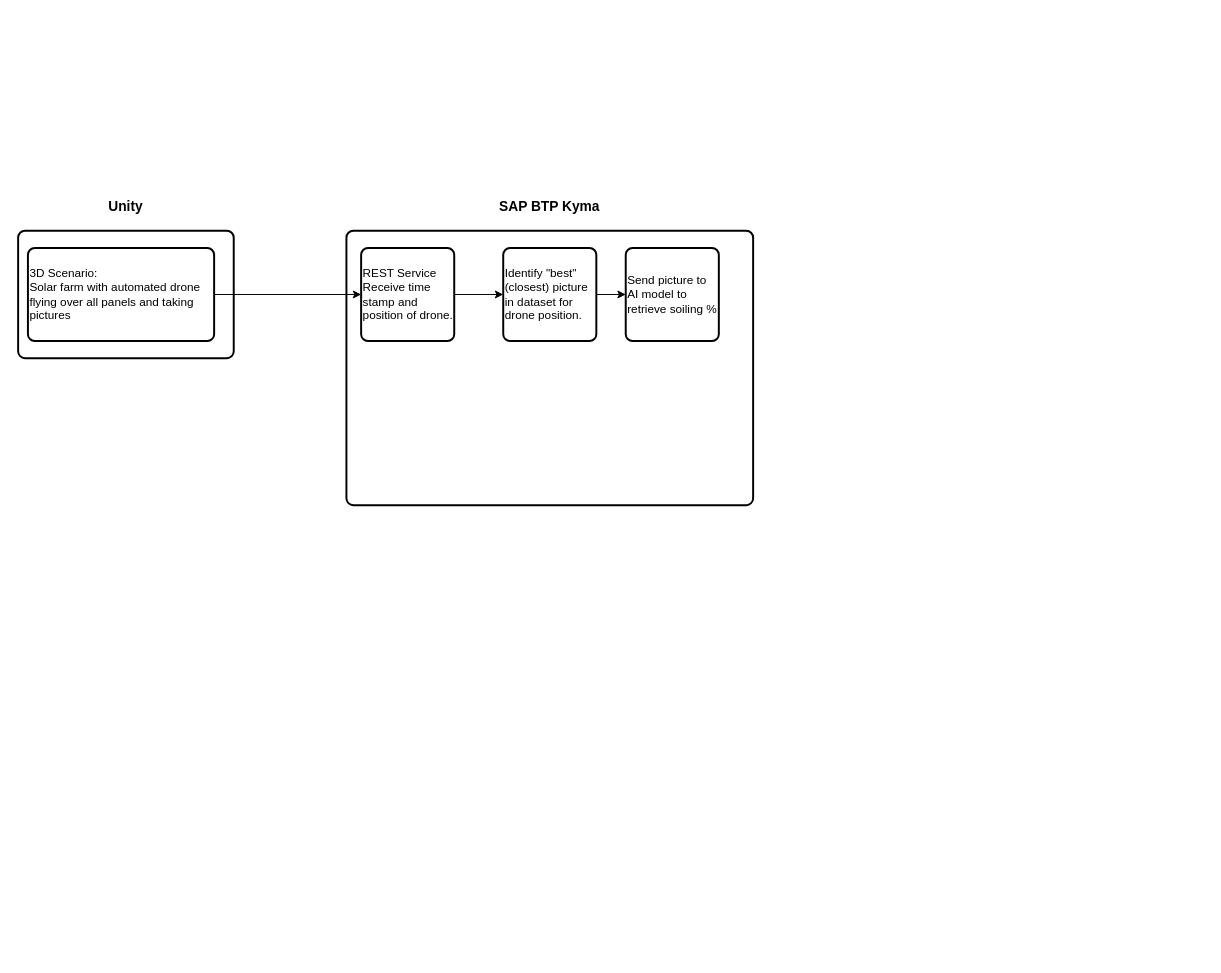
skye0402/solarfarminspection keeps this draw.io diagram as architecture/Untitled Diagram.drawio. Above is the earlier version. Source tidied: cells renumbered, new cells numbered last; positions are measured from the earlier drawing's top-left corner, leaving out a move shared by most shapes. Both pictures are drawn from the tidied source at 98%, with x=0, y=0 at pixel (18, 230).
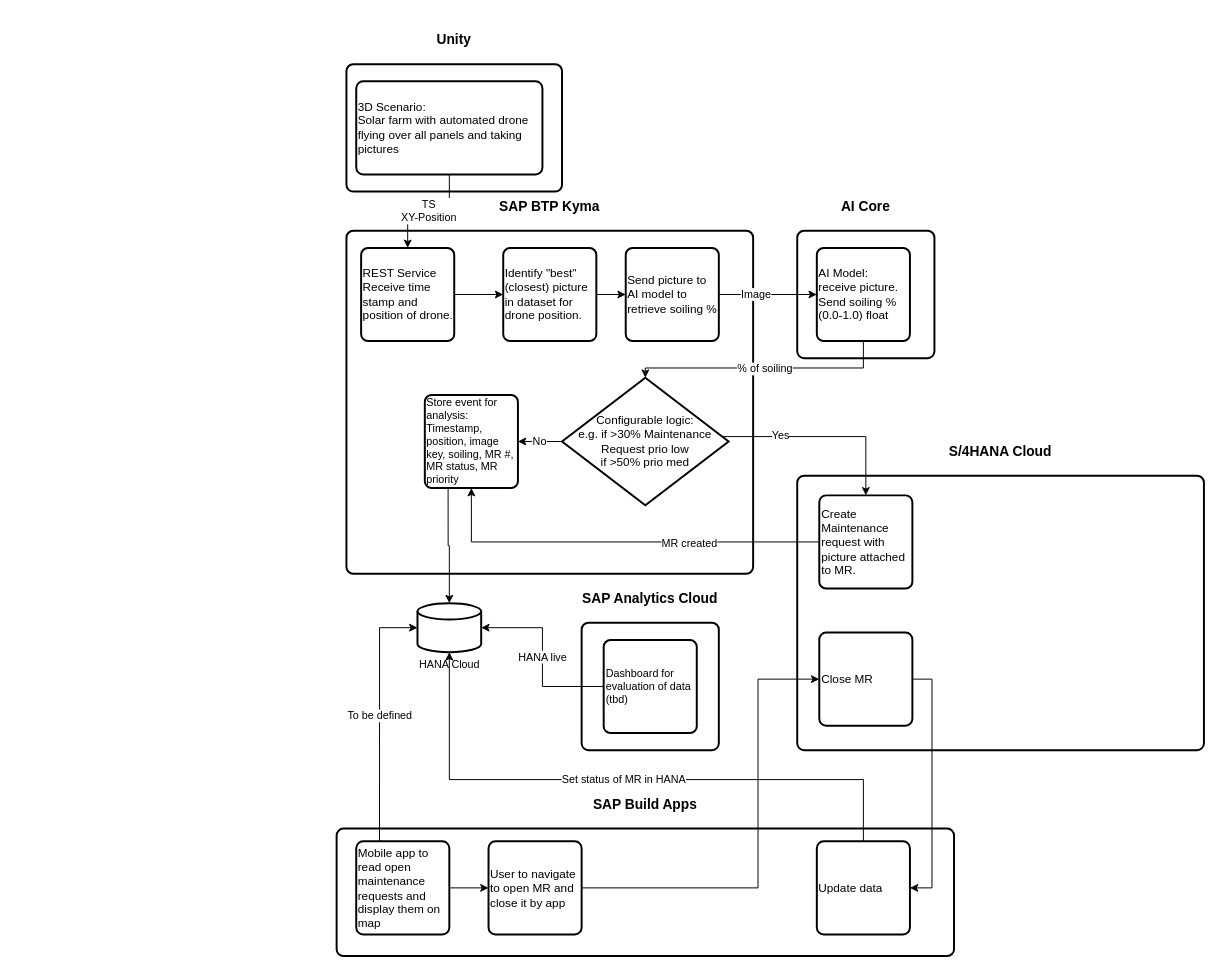
The same diagram, later.

Unchanged cells that the change refers to:
```xml
<mxCell id="6" value="REST Service&lt;br&gt;Receive time stamp and position of drone." style="rounded=1;whiteSpace=wrap;html=1;absoluteArcSize=1;arcSize=14;strokeWidth=2;align=left;" parent="1" vertex="1">
  <mxGeometry x="350" y="17.5" width="95" height="95" as="geometry" />
</mxCell>
<mxCell id="10" value="Send picture to AI model to retrieve soiling %" style="rounded=1;whiteSpace=wrap;html=1;absoluteArcSize=1;arcSize=14;strokeWidth=2;align=left;" parent="1" vertex="1">
  <mxGeometry x="620" y="17.5" width="95" height="95" as="geometry" />
</mxCell>
```

What changed in the source:
```diff
@@
     <mxCell id="2" value="&lt;h3&gt;Unity&lt;/h3&gt;" style="rounded=1;whiteSpace=wrap;html=1;absoluteArcSize=1;arcSize=14;strokeWidth=2;labelPosition=center;verticalLabelPosition=top;align=center;verticalAlign=bottom;" parent="1" vertex="1">
-      <mxGeometry width="220" height="130" as="geometry" />
+      <mxGeometry x="335" y="-170" width="220" height="130" as="geometry" />
     </mxCell>
     <mxCell id="3" value="3D Scenario:&lt;br&gt;&lt;div style=&quot;&quot;&gt;&lt;span style=&quot;background-color: initial;&quot;&gt;Solar farm with automated drone flying over all panels and taking pictures&lt;/span&gt;&lt;/div&gt;" style="rounded=1;whiteSpace=wrap;html=1;absoluteArcSize=1;arcSize=14;strokeWidth=2;align=left;" parent="1" vertex="1">
-      <mxGeometry x="10" y="17.5" width="190" height="95" as="geometry" />
+      <mxGeometry x="345" y="-152.5" width="190" height="95" as="geometry" />
     </mxCell>
     <mxCell id="4" value="&lt;h3&gt;SAP BTP Kyma&lt;/h3&gt;" style="rounded=1;whiteSpace=wrap;html=1;absoluteArcSize=1;arcSize=14;strokeWidth=2;labelPosition=center;verticalLabelPosition=top;align=center;verticalAlign=bottom;" parent="1" vertex="1">
-      <mxGeometry x="335" width="415" height="280" as="geometry" />
+      <mxGeometry x="335" width="415" height="350" as="geometry" />
     </mxCell>
@@
-    <mxCell id="7" style="edgeStyle=orthogonalEdgeStyle;rounded=0;jettySize=auto;html=1;entryX=0;entryY=0.5;entryDx=0;entryDy=0;" parent="1" edge="1" source="3" target="6">
+    <mxCell id="7" value="TS&lt;br&gt;XY-Position" style="edgeStyle=orthogonalEdgeStyle;rounded=0;jettySize=auto;html=1;entryX=0.5;entryY=0;entryDx=0;entryDy=0;" parent="1" edge="1" source="3" target="6">
       <mxGeometry relative="1" as="geometry" />
     </mxCell>
@@
+    <mxCell id="11" value="&lt;h3&gt;AI Core&lt;/h3&gt;" style="rounded=1;whiteSpace=wrap;html=1;absoluteArcSize=1;arcSize=14;strokeWidth=2;labelPosition=center;verticalLabelPosition=top;align=center;verticalAlign=bottom;" parent="1" vertex="1">
+      <mxGeometry x="795" width="140" height="130" as="geometry" />
+    </mxCell>
+    <mxCell id="12" value="AI Model:&lt;br&gt;receive picture.&lt;br&gt;Send soiling %&lt;br&gt;(0.0-1.0) float" style="rounded=1;whiteSpace=wrap;html=1;absoluteArcSize=1;arcSize=14;strokeWidth=2;align=left;" parent="1" vertex="1">
+      <mxGeometry x="815" y="17.5" width="95" height="95" as="geometry" />
+    </mxCell>
+    <mxCell id="13" style="edgeStyle=orthogonalEdgeStyle;rounded=0;jettySize=auto;html=1;exitX=0.25;exitY=1;exitDx=0;exitDy=0;entryX=0.5;entryY=0;entryDx=0;entryDy=0;entryPerimeter=0;fontSize=11;" parent="1" edge="1" source="14" target="27">
+      <mxGeometry relative="1" as="geometry" />
+    </mxCell>
+    <mxCell id="14" value="Store event for analysis: Timestamp, position, image key, soiling, MR #, MR status, MR priority" style="rounded=1;whiteSpace=wrap;html=1;absoluteArcSize=1;arcSize=14;strokeWidth=2;align=left;fontSize=11;" parent="1" vertex="1">
+      <mxGeometry x="415" y="167.5" width="95" height="95" as="geometry" />
+    </mxCell>
+    <mxCell id="15" value="&lt;h3&gt;S/4HANA Cloud&lt;/h3&gt;" style="rounded=1;whiteSpace=wrap;html=1;absoluteArcSize=1;arcSize=14;strokeWidth=2;labelPosition=center;verticalLabelPosition=top;align=center;verticalAlign=bottom;" parent="1" vertex="1">
+      <mxGeometry x="795" y="250" width="415" height="280" as="geometry" />
+    </mxCell>
+    <mxCell id="16" style="edgeStyle=orthogonalEdgeStyle;rounded=0;jettySize=auto;html=1;entryX=0.5;entryY=1;entryDx=0;entryDy=0;fontSize=11;" parent="1" edge="1" source="18" target="14">
+      <mxGeometry relative="1" as="geometry" />
+    </mxCell>
+    <mxCell id="17" value="MR created" style="edgeLabel;html=1;align=center;verticalAlign=middle;fontSize=11;" parent="16" vertex="1">
+      <mxGeometry x="-0.35" y="1" relative="1" as="geometry" />
+    </mxCell>
+    <mxCell id="18" value="Create Maintenance request with picture attached to MR." style="rounded=1;whiteSpace=wrap;html=1;absoluteArcSize=1;arcSize=14;strokeWidth=2;align=left;" parent="1" vertex="1">
+      <mxGeometry x="817.5" y="270" width="95" height="95" as="geometry" />
+    </mxCell>
+    <mxCell id="19" style="edgeStyle=orthogonalEdgeStyle;rounded=0;jettySize=auto;html=1;entryX=0.5;entryY=0;entryDx=0;entryDy=0;exitX=0.94;exitY=0.481;exitDx=0;exitDy=0;exitPerimeter=0;" parent="1" edge="1" source="22" target="18">
+      <mxGeometry relative="1" as="geometry">
+        <Array as="points">
+          <mxPoint x="715" y="210" />
+          <mxPoint x="865" y="210" />
+        </Array>
+      </mxGeometry>
+    </mxCell>
+    <mxCell id="20" value="Yes" style="edgeLabel;html=1;align=center;verticalAlign=middle;" parent="19" vertex="1">
+      <mxGeometry x="-0.39" y="2" relative="1" as="geometry" />
+    </mxCell>
+    <mxCell id="21" value="No" style="edgeStyle=orthogonalEdgeStyle;rounded=0;jettySize=auto;html=1;exitX=0;exitY=0.5;exitDx=0;exitDy=0;exitPerimeter=0;entryX=1;entryY=0.5;entryDx=0;entryDy=0;" parent="1" edge="1" source="22" target="14">
+      <mxGeometry relative="1" as="geometry" />
+    </mxCell>
+    <mxCell id="22" value="&lt;span style=&quot;text-align: left;&quot;&gt;Configurable logic:&lt;/span&gt;&lt;br style=&quot;text-align: left;&quot;&gt;&lt;span style=&quot;text-align: left;&quot;&gt;e.g. if &amp;gt;30% Maintenance Request prio low&lt;/span&gt;&lt;br style=&quot;text-align: left;&quot;&gt;&lt;span style=&quot;text-align: left;&quot;&gt;if &amp;gt;50% prio med&lt;/span&gt;" style="strokeWidth=2;html=1;shape=mxgraph.flowchart.decision;whiteSpace=wrap;" parent="1" vertex="1">
+      <mxGeometry x="555" y="150" width="170" height="130" as="geometry" />
+    </mxCell>
+    <mxCell id="23" style="edgeStyle=orthogonalEdgeStyle;rounded=0;jettySize=auto;html=1;entryX=0.5;entryY=0;entryDx=0;entryDy=0;exitX=0.5;exitY=1;exitDx=0;exitDy=0;entryPerimeter=0;" parent="1" edge="1" source="12" target="22">
+      <mxGeometry relative="1" as="geometry">
+        <Array as="points">
+          <mxPoint x="863" y="140" />
+          <mxPoint x="640" y="140" />
+        </Array>
+      </mxGeometry>
+    </mxCell>
+    <mxCell id="24" value="% of soiling" style="edgeLabel;html=1;align=center;verticalAlign=middle;fontSize=11;" parent="23" vertex="1">
+      <mxGeometry x="-0.01" relative="1" as="geometry" />
+    </mxCell>
+    <mxCell id="25" style="edgeStyle=orthogonalEdgeStyle;rounded=0;jettySize=auto;html=1;entryX=0;entryY=0.5;entryDx=0;entryDy=0;" parent="1" edge="1" source="10" target="12">
+      <mxGeometry relative="1" as="geometry" />
+    </mxCell>
+    <mxCell id="26" value="Image" style="edgeLabel;html=1;align=center;verticalAlign=middle;fontSize=11;" parent="25" vertex="1">
+      <mxGeometry x="-0.26" y="1" relative="1" as="geometry" />
+    </mxCell>
+    <mxCell id="27" value="HANA Cloud" style="strokeWidth=2;html=1;shape=mxgraph.flowchart.database;whiteSpace=wrap;fontSize=11;labelPosition=center;verticalLabelPosition=bottom;align=center;verticalAlign=top;" parent="1" vertex="1">
+      <mxGeometry x="407.5" y="380" width="65" height="50" as="geometry" />
+    </mxCell>
+    <mxCell id="28" value="&lt;h3&gt;SAP Analytics Cloud&lt;/h3&gt;" style="rounded=1;whiteSpace=wrap;html=1;absoluteArcSize=1;arcSize=14;strokeWidth=2;labelPosition=center;verticalLabelPosition=top;align=center;verticalAlign=bottom;" parent="1" vertex="1">
+      <mxGeometry x="575" y="400" width="140" height="130" as="geometry" />
+    </mxCell>
+    <mxCell id="29" value="HANA live" style="edgeStyle=orthogonalEdgeStyle;rounded=0;jettySize=auto;html=1;entryX=1;entryY=0.5;entryDx=0;entryDy=0;entryPerimeter=0;fontSize=11;" parent="1" edge="1" source="30" target="27">
+      <mxGeometry relative="1" as="geometry" />
+    </mxCell>
+    <mxCell id="30" value="Dashboard for evaluation of data (tbd)" style="rounded=1;whiteSpace=wrap;html=1;absoluteArcSize=1;arcSize=14;strokeWidth=2;align=left;fontSize=11;" parent="1" vertex="1">
+      <mxGeometry x="597.5" y="417.5" width="95" height="95" as="geometry" />
+    </mxCell>
+    <mxCell id="31" value="&lt;h3&gt;SAP Build Apps&lt;/h3&gt;" style="rounded=1;whiteSpace=wrap;html=1;absoluteArcSize=1;arcSize=14;strokeWidth=2;labelPosition=center;verticalLabelPosition=top;align=center;verticalAlign=bottom;" parent="1" vertex="1">
+      <mxGeometry x="325" y="610" width="630" height="130" as="geometry" />
+    </mxCell>
+    <mxCell id="32" style="edgeStyle=orthogonalEdgeStyle;rounded=0;jettySize=auto;html=1;exitX=1;exitY=0.5;exitDx=0;exitDy=0;entryX=0;entryY=0.5;entryDx=0;entryDy=0;fontSize=11;" parent="1" edge="1" source="33" target="36">
+      <mxGeometry relative="1" as="geometry" />
+    </mxCell>
+    <mxCell id="33" value="Mobile app to read open maintenance requests and display them on map" style="rounded=1;whiteSpace=wrap;html=1;absoluteArcSize=1;arcSize=14;strokeWidth=2;align=left;" parent="1" vertex="1">
+      <mxGeometry x="345" y="623" width="95" height="95" as="geometry" />
+    </mxCell>
+    <mxCell id="34" value="To be defined" style="edgeStyle=orthogonalEdgeStyle;rounded=0;jettySize=auto;html=1;entryX=0;entryY=0.5;entryDx=0;entryDy=0;entryPerimeter=0;fontSize=11;exitX=0.25;exitY=0;exitDx=0;exitDy=0;" parent="1" edge="1" source="33" target="27">
+      <mxGeometry relative="1" as="geometry" />
+    </mxCell>
+    <mxCell id="35" style="edgeStyle=orthogonalEdgeStyle;rounded=0;jettySize=auto;html=1;entryX=0;entryY=0.5;entryDx=0;entryDy=0;fontSize=11;exitX=1;exitY=0.5;exitDx=0;exitDy=0;" parent="1" edge="1" source="36" target="38">
+      <mxGeometry relative="1" as="geometry">
+        <Array as="points">
+          <mxPoint x="755" y="671" />
+          <mxPoint x="755" y="457" />
+        </Array>
+      </mxGeometry>
+    </mxCell>
+    <mxCell id="36" value="User to navigate to open MR and close it by app" style="rounded=1;whiteSpace=wrap;html=1;absoluteArcSize=1;arcSize=14;strokeWidth=2;align=left;" parent="1" vertex="1">
+      <mxGeometry x="480" y="623" width="95" height="95" as="geometry" />
+    </mxCell>
+    <mxCell id="37" style="edgeStyle=orthogonalEdgeStyle;rounded=0;jettySize=auto;html=1;entryX=1;entryY=0.5;entryDx=0;entryDy=0;fontSize=11;exitX=1;exitY=0.5;exitDx=0;exitDy=0;" parent="1" edge="1" source="38" target="40">
+      <mxGeometry relative="1" as="geometry" />
+    </mxCell>
+    <mxCell id="38" value="Close MR" style="rounded=1;whiteSpace=wrap;html=1;absoluteArcSize=1;arcSize=14;strokeWidth=2;align=left;" parent="1" vertex="1">
+      <mxGeometry x="817.5" y="410" width="95" height="95" as="geometry" />
+    </mxCell>
+    <mxCell id="39" value="Set status of MR in HANA" style="edgeStyle=orthogonalEdgeStyle;rounded=0;jettySize=auto;html=1;entryX=0.5;entryY=1;entryDx=0;entryDy=0;entryPerimeter=0;fontSize=11;" parent="1" edge="1" source="40" target="27">
+      <mxGeometry relative="1" as="geometry">
+        <Array as="points">
+          <mxPoint x="862" y="560" />
+          <mxPoint x="440" y="560" />
+        </Array>
+      </mxGeometry>
+    </mxCell>
+    <mxCell id="40" value="Update data" style="rounded=1;whiteSpace=wrap;html=1;absoluteArcSize=1;arcSize=14;strokeWidth=2;align=left;" parent="1" vertex="1">
+      <mxGeometry x="815" y="623" width="95" height="95" as="geometry" />
+    </mxCell>
```
